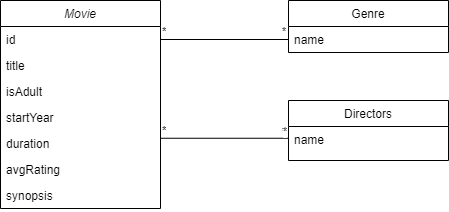
margaridav27/feup-pri keeps this draw.io diagram as milestone1/docs/conceptual_model.png. Above is the earlier version. Source tidied: cells renumbered, new cells last; positions are measured from the earlier drawing's top-left corner, leaving out a move shared by most shapes. Source of this version:
```xml
<mxGraphModel>
  <root>
    <mxCell id="0" />
    <mxCell id="1" parent="0" />
    <mxCell id="2" value="Movie" style="swimlane;fontStyle=2;align=center;verticalAlign=top;horizontal=1;startSize=26;rounded=0;shadow=0;strokeWidth=1;" parent="1" vertex="1">
      <mxGeometry width="160" height="208" as="geometry" />
    </mxCell>
    <mxCell id="3" value="id" style="text;align=left;verticalAlign=top;spacingLeft=4;spacingRight=4;overflow=hidden;points=[[0,0.5],[1,0.5]];portConstraint=eastwest;" parent="2" vertex="1">
      <mxGeometry y="26" width="160" height="26" as="geometry" />
    </mxCell>
    <mxCell id="4" value="title" style="text;align=left;verticalAlign=top;spacingLeft=4;spacingRight=4;overflow=hidden;rounded=0;shadow=0;html=0;" parent="2" vertex="1">
      <mxGeometry y="52" width="160" height="26" as="geometry" />
    </mxCell>
    <mxCell id="5" value="isAdult" style="text;align=left;verticalAlign=top;spacingLeft=4;spacingRight=4;overflow=hidden;rounded=0;shadow=0;html=0;" parent="2" vertex="1">
      <mxGeometry y="78" width="160" height="26" as="geometry" />
    </mxCell>
    <mxCell id="6" value="startYear" style="text;align=left;verticalAlign=top;spacingLeft=4;spacingRight=4;overflow=hidden;" parent="2" vertex="1">
      <mxGeometry y="104" width="160" height="26" as="geometry" />
    </mxCell>
    <mxCell id="7" value="duration" style="text;align=left;verticalAlign=top;spacingLeft=4;spacingRight=4;overflow=hidden;" parent="2" vertex="1">
      <mxGeometry y="130" width="160" height="26" as="geometry" />
    </mxCell>
    <mxCell id="8" value="avgRating" style="text;align=left;verticalAlign=top;spacingLeft=4;spacingRight=4;overflow=hidden;" parent="2" vertex="1">
      <mxGeometry y="156" width="160" height="26" as="geometry" />
    </mxCell>
    <mxCell id="9" value="synopsis" style="text;align=left;verticalAlign=top;spacingLeft=4;spacingRight=4;overflow=hidden;" parent="2" vertex="1">
      <mxGeometry y="182" width="160" height="26" as="geometry" />
    </mxCell>
    <mxCell id="10" value="Genre" style="swimlane;fontStyle=0;align=center;verticalAlign=top;horizontal=1;startSize=26;rounded=0;shadow=0;strokeWidth=1;" parent="1" vertex="1">
      <mxGeometry x="288" width="160" height="52" as="geometry" />
    </mxCell>
    <mxCell id="11" value="name" style="text;align=left;verticalAlign=top;spacingLeft=4;spacingRight=4;overflow=hidden;points=[[0,0.5],[1,0.5]];portConstraint=eastwest;" parent="10" vertex="1">
      <mxGeometry y="26" width="160" height="26" as="geometry" />
    </mxCell>
    <mxCell id="12" style="endArrow=none;html=1;edgeStyle=orthogonalEdgeStyle;rounded=0;exitX=1;exitY=0.5;exitDx=0;exitDy=0;entryX=0;entryY=0.5;entryDx=0;entryDy=0;" parent="1" edge="1" source="3" target="11">
      <mxGeometry relative="1" as="geometry" />
    </mxCell>
    <mxCell id="13" value="*" style="edgeLabel;html=1;align=left;verticalAlign=bottom;" parent="12" vertex="1">
      <mxGeometry x="-1" relative="1" as="geometry" />
    </mxCell>
    <mxCell id="14" value="*" style="edgeLabel;html=1;align=right;verticalAlign=bottom;" parent="12" vertex="1">
      <mxGeometry x="1" relative="1" as="geometry">
        <mxPoint x="-2" as="offset" />
      </mxGeometry>
    </mxCell>
    <mxCell id="15" value="Directors" style="swimlane;fontStyle=0;align=center;verticalAlign=top;horizontal=1;startSize=26;rounded=0;shadow=0;strokeWidth=1;" parent="1" vertex="1">
      <mxGeometry x="288" y="100" width="160" height="60" as="geometry" />
    </mxCell>
    <mxCell id="16" value="name" style="text;align=left;verticalAlign=top;spacingLeft=4;spacingRight=4;overflow=hidden;" parent="15" vertex="1">
      <mxGeometry y="26" width="160" height="24" as="geometry" />
    </mxCell>
    <mxCell id="17" value="*" style="edgeLabel;html=1;align=right;verticalAlign=bottom;" parent="1" vertex="1">
      <mxGeometry x="285.5" y="139" as="geometry" />
    </mxCell>
    <mxCell id="18" style="endArrow=none;html=1;edgeStyle=orthogonalEdgeStyle;rounded=0;exitX=1;exitY=0.5;exitDx=0;exitDy=0;entryX=0;entryY=0.5;entryDx=0;entryDy=0;" parent="1" edge="1">
      <mxGeometry relative="1" as="geometry">
        <mxPoint x="160" y="137.8" as="sourcePoint" />
        <mxPoint x="288" y="137.8" as="targetPoint" />
      </mxGeometry>
    </mxCell>
    <mxCell id="19" value="*" style="edgeLabel;html=1;align=left;verticalAlign=bottom;" parent="18" vertex="1">
      <mxGeometry x="-1" relative="1" as="geometry" />
    </mxCell>
    <mxCell id="20" value="*" style="edgeLabel;html=1;align=right;verticalAlign=bottom;" parent="18" vertex="1">
      <mxGeometry x="1" relative="1" as="geometry">
        <mxPoint x="-1" y="1" as="offset" />
      </mxGeometry>
    </mxCell>
  </root>
</mxGraphModel>
```
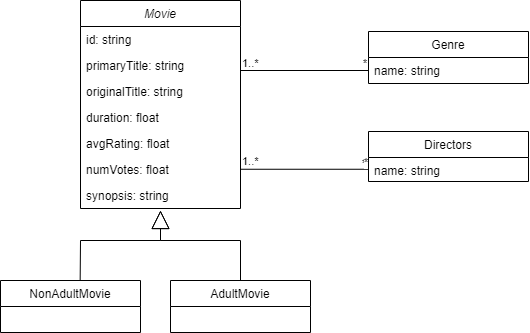
The same diagram one commit later.

Commit message:
New conceptual model

Diff of the diagram source:
```diff
@@ -3,39 +3,41 @@
     <mxCell id="0" />
     <mxCell id="1" parent="0" />
     <mxCell id="2" value="Movie" style="swimlane;fontStyle=2;align=center;verticalAlign=top;horizontal=1;startSize=26;rounded=0;shadow=0;strokeWidth=1;" parent="1" vertex="1">
-      <mxGeometry width="160" height="208" as="geometry" />
+      <mxGeometry y="-31" width="160" height="208" as="geometry" />
     </mxCell>
-    <mxCell id="3" value="id" style="text;align=left;verticalAlign=top;spacingLeft=4;spacingRight=4;overflow=hidden;points=[[0,0.5],[1,0.5]];portConstraint=eastwest;" parent="2" vertex="1">
+    <mxCell id="3" value="id: string" style="text;align=left;verticalAlign=top;spacingLeft=4;spacingRight=4;overflow=hidden;points=[[0,0.5],[1,0.5]];portConstraint=eastwest;" parent="2" vertex="1">
       <mxGeometry y="26" width="160" height="26" as="geometry" />
     </mxCell>
-    <mxCell id="4" value="title" style="text;align=left;verticalAlign=top;spacingLeft=4;spacingRight=4;overflow=hidden;rounded=0;shadow=0;html=0;" parent="2" vertex="1">
+    <mxCell id="4" value="primaryTitle: string" style="text;align=left;verticalAlign=top;spacingLeft=4;spacingRight=4;overflow=hidden;rounded=0;shadow=0;html=0;" parent="2" vertex="1">
       <mxGeometry y="52" width="160" height="26" as="geometry" />
     </mxCell>
-    <mxCell id="5" value="isAdult" style="text;align=left;verticalAlign=top;spacingLeft=4;spacingRight=4;overflow=hidden;rounded=0;shadow=0;html=0;" parent="2" vertex="1">
-      <mxGeometry y="78" width="160" height="26" as="geometry" />
-    </mxCell>
-    <mxCell id="6" value="startYear" style="text;align=left;verticalAlign=top;spacingLeft=4;spacingRight=4;overflow=hidden;" parent="2" vertex="1">
-      <mxGeometry y="104" width="160" height="26" as="geometry" />
+    <mxCell id="6" value="originalTitle: string" style="text;align=left;verticalAlign=top;spacingLeft=4;spacingRight=4;overflow=hidden;" parent="2" vertex="1">
+      <mxGeometry y="78" width="160" height="26" as="geometry" />
     </mxCell>
-    <mxCell id="7" value="duration" style="text;align=left;verticalAlign=top;spacingLeft=4;spacingRight=4;overflow=hidden;" parent="2" vertex="1">
-      <mxGeometry y="130" width="160" height="26" as="geometry" />
+    <mxCell id="7" value="duration: float" style="text;align=left;verticalAlign=top;spacingLeft=4;spacingRight=4;overflow=hidden;" parent="2" vertex="1">
+      <mxGeometry y="104" width="160" height="26" as="geometry" />
     </mxCell>
-    <mxCell id="8" value="avgRating" style="text;align=left;verticalAlign=top;spacingLeft=4;spacingRight=4;overflow=hidden;" parent="2" vertex="1">
-      <mxGeometry y="156" width="160" height="26" as="geometry" />
+    <mxCell id="8" value="avgRating: float" style="text;align=left;verticalAlign=top;spacingLeft=4;spacingRight=4;overflow=hidden;" parent="2" vertex="1">
+      <mxGeometry y="130" width="160" height="26" as="geometry" />
     </mxCell>
+    <mxCell id="21" value="numVotes: float" style="text;align=left;verticalAlign=top;spacingLeft=4;spacingRight=4;overflow=hidden;" parent="2" vertex="1">
+      <mxGeometry y="156" width="160" height="26" as="geometry" />
+    </mxCell>
-    <mxCell id="9" value="synopsis" style="text;align=left;verticalAlign=top;spacingLeft=4;spacingRight=4;overflow=hidden;" parent="2" vertex="1">
+    <mxCell id="9" value="synopsis: string" style="text;align=left;verticalAlign=top;spacingLeft=4;spacingRight=4;overflow=hidden;" parent="2" vertex="1">
       <mxGeometry y="182" width="160" height="26" as="geometry" />
     </mxCell>
     <mxCell id="10" value="Genre" style="swimlane;fontStyle=0;align=center;verticalAlign=top;horizontal=1;startSize=26;rounded=0;shadow=0;strokeWidth=1;" parent="1" vertex="1">
       <mxGeometry x="288" width="160" height="52" as="geometry" />
     </mxCell>
-    <mxCell id="11" value="name" style="text;align=left;verticalAlign=top;spacingLeft=4;spacingRight=4;overflow=hidden;points=[[0,0.5],[1,0.5]];portConstraint=eastwest;" parent="10" vertex="1">
+    <mxCell id="11" value="name: string" style="text;align=left;verticalAlign=top;spacingLeft=4;spacingRight=4;overflow=hidden;points=[[0,0.5],[1,0.5]];portConstraint=eastwest;" parent="10" vertex="1">
       <mxGeometry y="26" width="160" height="26" as="geometry" />
     </mxCell>
-    <mxCell id="12" style="endArrow=none;html=1;edgeStyle=orthogonalEdgeStyle;rounded=0;exitX=1;exitY=0.5;exitDx=0;exitDy=0;entryX=0;entryY=0.5;entryDx=0;entryDy=0;" parent="1" edge="1" source="3" target="11">
-      <mxGeometry relative="1" as="geometry" />
+    <mxCell id="12" style="endArrow=none;html=1;edgeStyle=orthogonalEdgeStyle;rounded=0;exitX=1;exitY=0.5;exitDx=0;exitDy=0;entryX=0;entryY=0.5;entryDx=0;entryDy=0;" parent="1" edge="1" target="11">
+      <mxGeometry relative="1" as="geometry">
+        <mxPoint x="160" y="39" as="sourcePoint" />
+      </mxGeometry>
     </mxCell>
-    <mxCell id="13" value="*" style="edgeLabel;html=1;align=left;verticalAlign=bottom;" parent="12" vertex="1">
+    <mxCell id="13" value="1..*" style="edgeLabel;html=1;align=left;verticalAlign=bottom;" parent="12" vertex="1">
       <mxGeometry x="-1" relative="1" as="geometry" />
     </mxCell>
     <mxCell id="14" value="*" style="edgeLabel;html=1;align=right;verticalAlign=bottom;" parent="12" vertex="1">
@@ -44,9 +46,9 @@
       </mxGeometry>
     </mxCell>
     <mxCell id="15" value="Directors" style="swimlane;fontStyle=0;align=center;verticalAlign=top;horizontal=1;startSize=26;rounded=0;shadow=0;strokeWidth=1;" parent="1" vertex="1">
-      <mxGeometry x="288" y="100" width="160" height="60" as="geometry" />
+      <mxGeometry x="288" y="100" width="160" height="50" as="geometry" />
     </mxCell>
-    <mxCell id="16" value="name" style="text;align=left;verticalAlign=top;spacingLeft=4;spacingRight=4;overflow=hidden;" parent="15" vertex="1">
+    <mxCell id="16" value="name: string" style="text;align=left;verticalAlign=top;spacingLeft=4;spacingRight=4;overflow=hidden;" parent="15" vertex="1">
       <mxGeometry y="26" width="160" height="24" as="geometry" />
     </mxCell>
     <mxCell id="17" value="*" style="edgeLabel;html=1;align=right;verticalAlign=bottom;" parent="1" vertex="1">
@@ -58,7 +60,7 @@
         <mxPoint x="288" y="137.8" as="targetPoint" />
       </mxGeometry>
     </mxCell>
-    <mxCell id="19" value="*" style="edgeLabel;html=1;align=left;verticalAlign=bottom;" parent="18" vertex="1">
+    <mxCell id="19" value="1..*" style="edgeLabel;html=1;align=left;verticalAlign=bottom;" parent="18" vertex="1">
       <mxGeometry x="-1" relative="1" as="geometry" />
     </mxCell>
     <mxCell id="20" value="*" style="edgeLabel;html=1;align=right;verticalAlign=bottom;" parent="18" vertex="1">
@@ -66,5 +68,29 @@
         <mxPoint x="-1" y="1" as="offset" />
       </mxGeometry>
     </mxCell>
+    <mxCell id="22" value="NonAdultMovie" style="swimlane;fontStyle=0;horizontal=1;startSize=26;fillColor=none;" parent="1" vertex="1">
+      <mxGeometry x="-80" y="249" width="140" height="52" as="geometry" />
+    </mxCell>
+    <mxCell id="23" value="AdultMovie" style="swimlane;fontStyle=0;horizontal=1;startSize=26;fillColor=none;" parent="1" vertex="1">
+      <mxGeometry x="90" y="249" width="140" height="52" as="geometry" />
+    </mxCell>
+    <mxCell id="24" style="endArrow=block;endSize=16;endFill=0;html=1;rounded=0;exitX=0.569;exitY=-0.002;exitDx=0;exitDy=0;exitPerimeter=0;" parent="1" edge="1" source="22">
+      <mxGeometry relative="1" as="geometry">
+        <mxPoint x="80" y="179" as="targetPoint" />
+        <Array as="points">
+          <mxPoint y="209" />
+          <mxPoint x="80" y="209" />
+        </Array>
+      </mxGeometry>
+    </mxCell>
+    <mxCell id="25" style="endArrow=block;endSize=16;endFill=0;html=1;rounded=0;exitX=0.5;exitY=0;exitDx=0;exitDy=0;" parent="1" edge="1" source="23">
+      <mxGeometry relative="1" as="geometry">
+        <mxPoint x="80" y="179" as="targetPoint" />
+        <Array as="points">
+          <mxPoint x="160" y="209" />
+          <mxPoint x="80" y="209" />
+        </Array>
+      </mxGeometry>
+    </mxCell>
   </root>
 </mxGraphModel>
```
